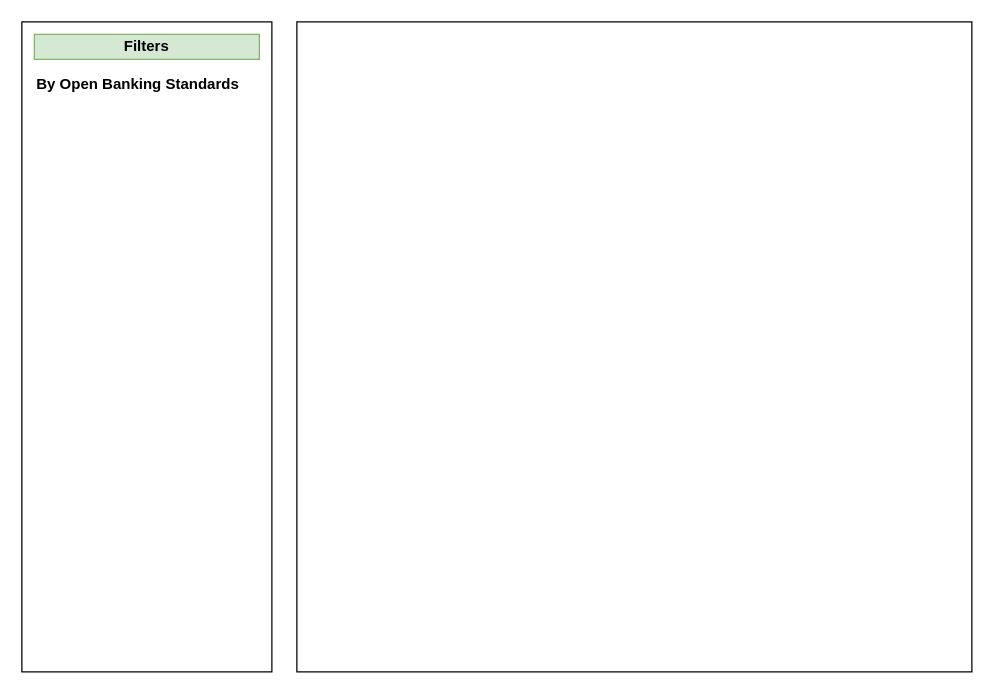
The draw.io diagram API Catalogue.drawio in mihirvadalia/draw.io, before the edit. Source tidied: cells renumbered, new cells numbered last; positions are measured from the earlier drawing's top-left corner, leaving out a move shared by most shapes. Both pictures are drawn from the tidied source at 125%, with x=0, y=0 at pixel (21, 21).
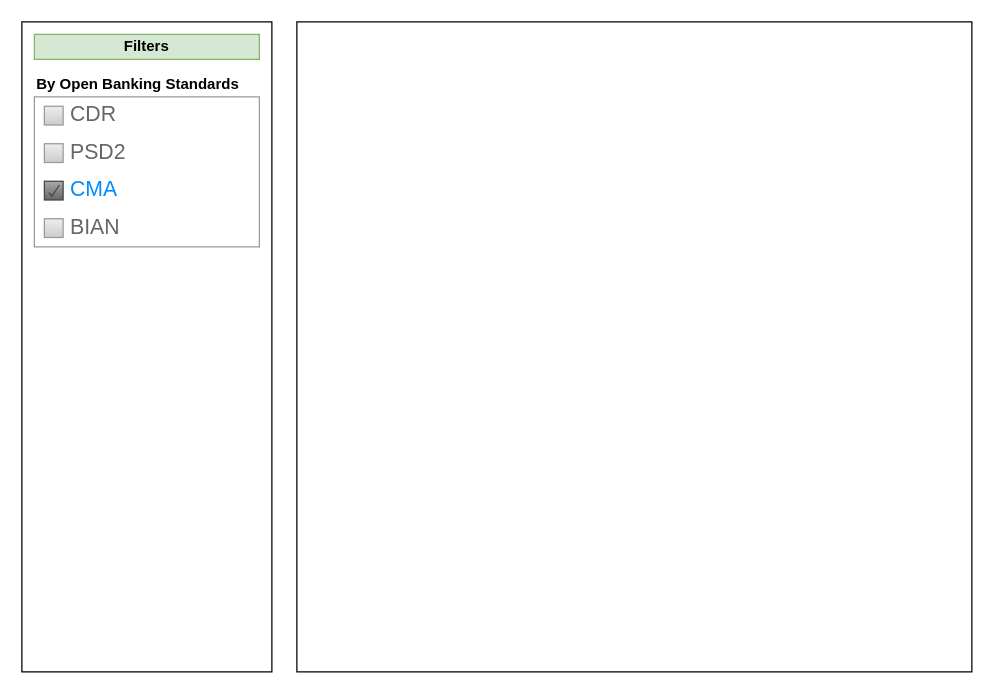
Above is the later version.

What changed in the source:
```diff
@@
 <mxGraphModel>
   <root>
     <mxCell id="0" />
     <mxCell id="1" parent="0" />
     <mxCell id="2" style="rounded=0;whiteSpace=wrap;html=1;" parent="1" vertex="1">
       <mxGeometry x="220" width="540" height="520" as="geometry" />
     </mxCell>
     <mxCell id="3" style="rounded=0;whiteSpace=wrap;html=1;" parent="1" vertex="1">
       <mxGeometry width="200" height="520" as="geometry" />
     </mxCell>
     <mxCell id="4" value="Filters" style="text;html=1;strokeColor=#82b366;fillColor=#d5e8d4;align=center;verticalAlign=middle;whiteSpace=wrap;rounded=0;fontStyle=1;" parent="1" vertex="1">
       <mxGeometry x="10" y="10" width="180" height="20" as="geometry" />
     </mxCell>
     <mxCell id="5" value="By Open Banking Standards" style="text;html=1;strokeColor=none;fillColor=none;align=left;verticalAlign=middle;whiteSpace=wrap;rounded=0;fontStyle=1;" parent="1" vertex="1">
       <mxGeometry x="10" y="40" width="190" height="20" as="geometry" />
     </mxCell>
+    <mxCell id="6" style="strokeWidth=1;shadow=0;dashed=0;align=center;html=1;shape=mxgraph.mockup.forms.rrect;rSize=0;strokeColor=#999999;fillColor=#ffffff;" parent="1" vertex="1">
+      <mxGeometry x="10" y="60" width="180" height="120" as="geometry" />
+    </mxCell>
+    <mxCell id="7" value="CDR" style="strokeWidth=1;shadow=0;dashed=0;align=center;html=1;shape=mxgraph.mockup.forms.rrect;rSize=0;fillColor=#eeeeee;strokeColor=#999999;gradientColor=#cccccc;align=left;spacingLeft=4;fontSize=17;fontColor=#666666;labelPosition=right;" parent="6" vertex="1">
+      <mxGeometry x="8" y="7.5" width="15" height="15" as="geometry" />
+    </mxCell>
+    <mxCell id="8" value="PSD2" style="strokeWidth=1;shadow=0;dashed=0;align=center;html=1;shape=mxgraph.mockup.forms.rrect;rSize=0;fillColor=#eeeeee;strokeColor=#999999;gradientColor=#cccccc;align=left;spacingLeft=4;fontSize=17;fontColor=#666666;labelPosition=right;" parent="6" vertex="1">
+      <mxGeometry x="8" y="37.5" width="15" height="15" as="geometry" />
+    </mxCell>
+    <mxCell id="9" value="CMA" style="strokeWidth=1;shadow=0;dashed=0;align=center;html=1;shape=mxgraph.mockup.forms.checkbox;rSize=0;fillColor=#aaaaaa;strokeColor=#444444;gradientColor=#666666;align=left;spacingLeft=4;fontSize=17;fontColor=#008cff;labelPosition=right;" parent="6" vertex="1">
+      <mxGeometry x="8" y="67.5" width="15" height="15" as="geometry" />
+    </mxCell>
+    <mxCell id="10" value="BIAN" style="strokeWidth=1;shadow=0;dashed=0;align=center;html=1;shape=mxgraph.mockup.forms.rrect;rSize=0;fillColor=#eeeeee;strokeColor=#999999;gradientColor=#cccccc;align=left;spacingLeft=4;fontSize=17;fontColor=#666666;labelPosition=right;" parent="6" vertex="1">
+      <mxGeometry x="8" y="97.5" width="15" height="15" as="geometry" />
+    </mxCell>
   </root>
 </mxGraphModel>
```
